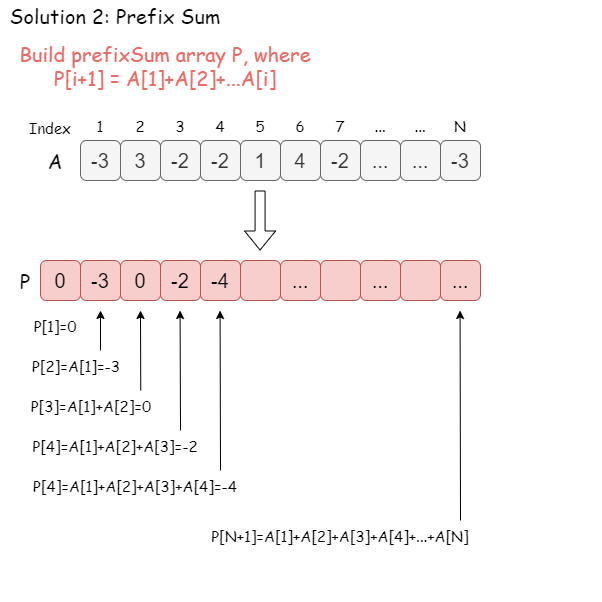
Earlier version of the draw.io export AOA_COP5615/project/pictures/aoa-Problem1_sol2_1.png (bakerston/Algorithm). Source tidied: cells renumbered, new cells last; positions are measured from the earlier drawing's top-left corner, leaving out a move shared by most shapes.
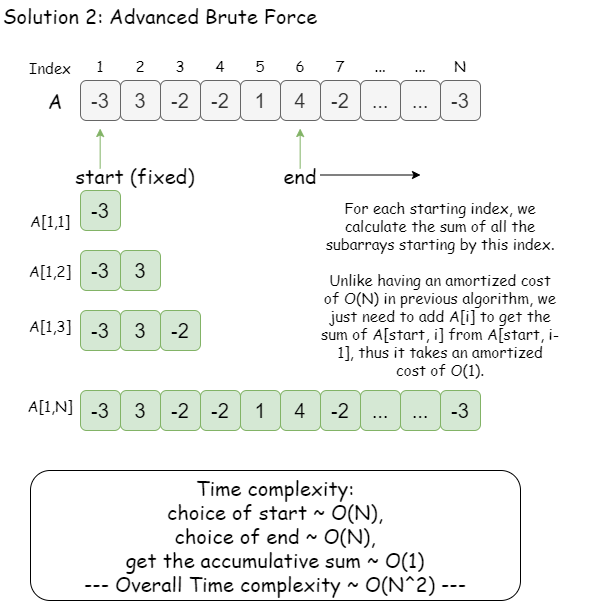
After the commit.

Diff of the diagram source:
```diff
@@ -3,56 +3,11 @@
     <mxCell id="0" />
     <mxCell id="1" parent="0" />
     <mxCell id="2" style="rounded=0;whiteSpace=wrap;html=1;fontFamily=Comic Sans MS;fontSize=15;fillColor=default;strokeColor=none;" parent="1" vertex="1">
-      <mxGeometry width="600" height="600" as="geometry" />
+      <mxGeometry y="60" width="600" height="600" as="geometry" />
     </mxCell>
-    <mxCell id="3" value="Solution 2: Prefix Sum" style="text;html=1;strokeColor=none;fillColor=none;align=center;verticalAlign=middle;whiteSpace=wrap;rounded=0;fontFamily=Comic Sans MS;fontSize=20;" parent="1" vertex="1">
-      <mxGeometry width="230" height="30" as="geometry" />
+    <mxCell id="3" value="Solution 2: Advanced Brute Force" style="text;html=1;strokeColor=none;fillColor=none;align=center;verticalAlign=middle;whiteSpace=wrap;rounded=0;fontFamily=Comic Sans MS;fontSize=20;" parent="1" vertex="1">
+      <mxGeometry y="60" width="320" height="30" as="geometry" />
     </mxCell>
-    <mxCell id="4" value="Build prefixSum array P, where P[i+1] = A[1]+A[2]+...A[i]" style="text;html=1;strokeColor=none;fillColor=none;align=center;verticalAlign=middle;whiteSpace=wrap;rounded=0;fontFamily=Comic Sans MS;fontSize=20;fontColor=#EA6B66;" parent="1" vertex="1">
-      <mxGeometry x="10" y="50" width="310" height="30" as="geometry" />
-    </mxCell>
-    <mxCell id="5" style="shape=flexArrow;endArrow=classic;html=1;rounded=0;fontFamily=Comic Sans MS;fontSize=20;fontColor=#EA6B66;" parent="1" edge="1">
-      <mxGeometry relative="1" as="geometry">
-        <mxPoint x="259.6" y="190" as="sourcePoint" />
-        <mxPoint x="259.6" y="250" as="targetPoint" />
-      </mxGeometry>
-    </mxCell>
-    <mxCell id="6" value="-3" style="rounded=1;whiteSpace=wrap;html=1;fillColor=#f8cecc;strokeColor=#b85450;fontSize=20;" parent="1" vertex="1">
-      <mxGeometry x="80" y="260" width="40" height="40" as="geometry" />
-    </mxCell>
-    <mxCell id="7" value="0" style="rounded=1;whiteSpace=wrap;html=1;fillColor=#f8cecc;strokeColor=#b85450;fontSize=20;" parent="1" vertex="1">
-      <mxGeometry x="120" y="260" width="40" height="40" as="geometry" />
-    </mxCell>
-    <mxCell id="8" value="-2" style="rounded=1;whiteSpace=wrap;html=1;fillColor=#f8cecc;strokeColor=#b85450;fontSize=20;" parent="1" vertex="1">
-      <mxGeometry x="160" y="260" width="40" height="40" as="geometry" />
-    </mxCell>
-    <mxCell id="9" value="-4" style="rounded=1;whiteSpace=wrap;html=1;fillColor=#f8cecc;strokeColor=#b85450;fontSize=20;" parent="1" vertex="1">
-      <mxGeometry x="200" y="260" width="40" height="40" as="geometry" />
-    </mxCell>
-    <mxCell id="10" style="rounded=1;whiteSpace=wrap;html=1;fillColor=#f8cecc;strokeColor=#b85450;fontSize=20;" parent="1" vertex="1">
-      <mxGeometry x="240" y="260" width="40" height="40" as="geometry" />
-    </mxCell>
-    <mxCell id="11" value="..." style="rounded=1;whiteSpace=wrap;html=1;fillColor=#f8cecc;strokeColor=#b85450;fontSize=20;" parent="1" vertex="1">
-      <mxGeometry x="280" y="260" width="40" height="40" as="geometry" />
-    </mxCell>
-    <mxCell id="12" style="rounded=1;whiteSpace=wrap;html=1;fillColor=#f8cecc;strokeColor=#b85450;fontSize=20;" parent="1" vertex="1">
-      <mxGeometry x="320" y="260" width="40" height="40" as="geometry" />
-    </mxCell>
-    <mxCell id="13" value="..." style="rounded=1;whiteSpace=wrap;html=1;fillColor=#f8cecc;strokeColor=#b85450;fontSize=20;" parent="1" vertex="1">
-      <mxGeometry x="360" y="260" width="40" height="40" as="geometry" />
-    </mxCell>
-    <mxCell id="14" value="P" style="text;html=1;strokeColor=none;fillColor=none;align=center;verticalAlign=middle;whiteSpace=wrap;rounded=0;fontFamily=Comic Sans MS;fontSize=20;" parent="1" vertex="1">
-      <mxGeometry x="10" y="265" width="30" height="30" as="geometry" />
-    </mxCell>
-    <mxCell id="15" style="rounded=1;whiteSpace=wrap;html=1;fillColor=#f8cecc;strokeColor=#b85450;fontSize=20;" parent="1" vertex="1">
-      <mxGeometry x="400" y="260" width="40" height="40" as="geometry" />
-    </mxCell>
-    <mxCell id="16" value="..." style="rounded=1;whiteSpace=wrap;html=1;fillColor=#f8cecc;strokeColor=#b85450;fontSize=20;" parent="1" vertex="1">
-      <mxGeometry x="440" y="260" width="40" height="40" as="geometry" />
-    </mxCell>
-    <mxCell id="17" value="0" style="rounded=1;whiteSpace=wrap;html=1;fillColor=#f8cecc;strokeColor=#b85450;fontSize=20;" parent="1" vertex="1">
-      <mxGeometry x="40" y="260" width="40" height="40" as="geometry" />
-    </mxCell>
     <mxCell id="18" value="-3" style="rounded=1;whiteSpace=wrap;html=1;fillColor=#f5f5f5;strokeColor=#666666;fontSize=20;fontColor=#333333;" parent="1" vertex="1">
       <mxGeometry x="80" y="140" width="40" height="40" as="geometry" />
     </mxCell>
@@ -119,53 +74,95 @@
     <mxCell id="39" value="N" style="text;html=1;strokeColor=none;fillColor=none;align=center;verticalAlign=middle;whiteSpace=wrap;rounded=0;fontFamily=Comic Sans MS;fontSize=15;fontColor=#000000;" parent="1" vertex="1">
       <mxGeometry x="450" y="110" width="20" height="30" as="geometry" />
     </mxCell>
-    <mxCell id="40" value="P[1]=0" style="text;html=1;strokeColor=none;fillColor=none;align=center;verticalAlign=middle;whiteSpace=wrap;rounded=0;fontFamily=Comic Sans MS;fontSize=15;fontColor=#000000;" parent="1" vertex="1">
-      <mxGeometry x="25" y="310" width="60" height="30" as="geometry" />
-    </mxCell>
-    <mxCell id="41" value="P[2]=A[1]=-3" style="text;html=1;strokeColor=none;fillColor=none;align=center;verticalAlign=middle;whiteSpace=wrap;rounded=0;fontFamily=Comic Sans MS;fontSize=15;fontColor=#000000;" parent="1" vertex="1">
-      <mxGeometry x="26" y="350" width="100" height="30" as="geometry" />
-    </mxCell>
-    <mxCell id="42" value="P[3]=A[1]+A[2]=0" style="text;html=1;strokeColor=none;fillColor=none;align=center;verticalAlign=middle;whiteSpace=wrap;rounded=0;fontFamily=Comic Sans MS;fontSize=15;fontColor=#000000;" parent="1" vertex="1">
-      <mxGeometry x="26" y="390" width="130" height="30" as="geometry" />
-    </mxCell>
-    <mxCell id="43" style="endArrow=classic;html=1;rounded=0;fontFamily=Comic Sans MS;fontSize=15;fontColor=#000000;" parent="1" edge="1">
-      <mxGeometry relative="1" as="geometry">
-        <mxPoint x="100" y="350" as="sourcePoint" />
-        <mxPoint x="100" y="310" as="targetPoint" />
-      </mxGeometry>
-    </mxCell>
-    <mxCell id="44" style="endArrow=classic;html=1;rounded=0;fontFamily=Comic Sans MS;fontSize=15;fontColor=#000000;" parent="1" edge="1">
-      <mxGeometry relative="1" as="geometry">
-        <mxPoint x="140.2" y="390" as="sourcePoint" />
-        <mxPoint x="140" y="310" as="targetPoint" />
-      </mxGeometry>
-    </mxCell>
-    <mxCell id="45" value="P[4]=A[1]+A[2]+A[3]=-2" style="text;html=1;strokeColor=none;fillColor=none;align=center;verticalAlign=middle;whiteSpace=wrap;rounded=0;fontFamily=Comic Sans MS;fontSize=15;fontColor=#000000;" parent="1" vertex="1">
-      <mxGeometry x="25" y="430" width="180" height="30" as="geometry" />
-    </mxCell>
-    <mxCell id="46" style="endArrow=classic;html=1;rounded=0;fontFamily=Comic Sans MS;fontSize=15;fontColor=#000000;" parent="1" edge="1">
-      <mxGeometry relative="1" as="geometry">
-        <mxPoint x="180" y="430" as="sourcePoint" />
-        <mxPoint x="179.6" y="310" as="targetPoint" />
-      </mxGeometry>
-    </mxCell>
-    <mxCell id="47" value="P[4]=A[1]+A[2]+A[3]+A[4]=-4" style="text;html=1;strokeColor=none;fillColor=none;align=center;verticalAlign=middle;whiteSpace=wrap;rounded=0;fontFamily=Comic Sans MS;fontSize=15;fontColor=#000000;" parent="1" vertex="1">
-      <mxGeometry x="30" y="470" width="210" height="30" as="geometry" />
-    </mxCell>
-    <mxCell id="48" style="endArrow=classic;html=1;rounded=0;fontFamily=Comic Sans MS;fontSize=15;fontColor=#000000;" parent="1" edge="1">
-      <mxGeometry relative="1" as="geometry">
-        <mxPoint x="220" y="470" as="sourcePoint" />
-        <mxPoint x="219.6" y="310" as="targetPoint" />
-      </mxGeometry>
-    </mxCell>
-    <mxCell id="49" style="endArrow=classic;html=1;rounded=0;fontFamily=Comic Sans MS;fontSize=15;fontColor=#000000;" parent="1" edge="1">
-      <mxGeometry relative="1" as="geometry">
-        <mxPoint x="460" y="520" as="sourcePoint" />
-        <mxPoint x="459.6" y="310" as="targetPoint" />
-      </mxGeometry>
-    </mxCell>
-    <mxCell id="50" value="P[N+1]=A[1]+A[2]+A[3]+A[4]+...+A[N]" style="text;html=1;strokeColor=none;fillColor=none;align=center;verticalAlign=middle;whiteSpace=wrap;rounded=0;fontFamily=Comic Sans MS;fontSize=15;fontColor=#000000;" parent="1" vertex="1">
-      <mxGeometry x="235" y="520" width="210" height="30" as="geometry" />
-    </mxCell>
+    <mxCell id="51" value="-3" style="rounded=1;whiteSpace=wrap;html=1;fillColor=#d5e8d4;strokeColor=#82b366;fontSize=20;" parent="1" vertex="1">
+      <mxGeometry x="80" y="250" width="40" height="40" as="geometry" />
+    </mxCell>
+    <mxCell id="52" value="-3" style="rounded=1;whiteSpace=wrap;html=1;fillColor=#d5e8d4;strokeColor=#82b366;fontSize=20;" parent="1" vertex="1">
+      <mxGeometry x="80" y="310" width="40" height="40" as="geometry" />
+    </mxCell>
+    <mxCell id="53" value="3" style="rounded=1;whiteSpace=wrap;html=1;fillColor=#d5e8d4;strokeColor=#82b366;fontSize=20;" parent="1" vertex="1">
+      <mxGeometry x="120" y="310" width="40" height="40" as="geometry" />
+    </mxCell>
+    <mxCell id="54" value="-3" style="rounded=1;whiteSpace=wrap;html=1;fillColor=#d5e8d4;strokeColor=#82b366;fontSize=20;" parent="1" vertex="1">
+      <mxGeometry x="80" y="370" width="40" height="40" as="geometry" />
+    </mxCell>
+    <mxCell id="55" value="3" style="rounded=1;whiteSpace=wrap;html=1;fillColor=#d5e8d4;strokeColor=#82b366;fontSize=20;" parent="1" vertex="1">
+      <mxGeometry x="120" y="370" width="40" height="40" as="geometry" />
+    </mxCell>
+    <mxCell id="56" value="-2" style="rounded=1;whiteSpace=wrap;html=1;fillColor=#d5e8d4;strokeColor=#82b366;fontSize=20;" parent="1" vertex="1">
+      <mxGeometry x="160" y="370" width="40" height="40" as="geometry" />
+    </mxCell>
+    <mxCell id="57" value="A[1,2]" style="text;html=1;strokeColor=none;fillColor=none;align=center;verticalAlign=middle;whiteSpace=wrap;rounded=0;fontFamily=Comic Sans MS;fontSize=15;fontColor=#000000;" parent="1" vertex="1">
+      <mxGeometry x="20" y="315" width="60" height="30" as="geometry" />
+    </mxCell>
+    <mxCell id="58" value="A[1,1]" style="text;html=1;strokeColor=none;fillColor=none;align=center;verticalAlign=middle;whiteSpace=wrap;rounded=0;fontFamily=Comic Sans MS;fontSize=15;fontColor=#000000;" parent="1" vertex="1">
+      <mxGeometry x="20" y="265" width="60" height="30" as="geometry" />
+    </mxCell>
+    <mxCell id="59" value="A[1,3]" style="text;html=1;strokeColor=none;fillColor=none;align=center;verticalAlign=middle;whiteSpace=wrap;rounded=0;fontFamily=Comic Sans MS;fontSize=15;fontColor=#000000;" parent="1" vertex="1">
+      <mxGeometry x="20" y="370" width="60" height="30" as="geometry" />
+    </mxCell>
+    <mxCell id="60" value="-3" style="rounded=1;whiteSpace=wrap;html=1;fillColor=#d5e8d4;strokeColor=#82b366;fontSize=20;" parent="1" vertex="1">
+      <mxGeometry x="80" y="450" width="40" height="40" as="geometry" />
+    </mxCell>
+    <mxCell id="61" value="3" style="rounded=1;whiteSpace=wrap;html=1;fillColor=#d5e8d4;strokeColor=#82b366;fontSize=20;" parent="1" vertex="1">
+      <mxGeometry x="120" y="450" width="40" height="40" as="geometry" />
+    </mxCell>
+    <mxCell id="62" value="-2" style="rounded=1;whiteSpace=wrap;html=1;fillColor=#d5e8d4;strokeColor=#82b366;fontSize=20;" parent="1" vertex="1">
+      <mxGeometry x="160" y="450" width="40" height="40" as="geometry" />
+    </mxCell>
+    <mxCell id="63" value="A[1,N]" style="text;html=1;strokeColor=none;fillColor=none;align=center;verticalAlign=middle;whiteSpace=wrap;rounded=0;fontFamily=Comic Sans MS;fontSize=15;fontColor=#000000;" parent="1" vertex="1">
+      <mxGeometry x="20" y="450" width="60" height="30" as="geometry" />
+    </mxCell>
+    <mxCell id="64" value="-2" style="rounded=1;whiteSpace=wrap;html=1;fillColor=#d5e8d4;strokeColor=#82b366;fontSize=20;" parent="1" vertex="1">
+      <mxGeometry x="200" y="450" width="40" height="40" as="geometry" />
+    </mxCell>
+    <mxCell id="65" value="1" style="rounded=1;whiteSpace=wrap;html=1;fillColor=#d5e8d4;strokeColor=#82b366;fontSize=20;" parent="1" vertex="1">
+      <mxGeometry x="240" y="450" width="40" height="40" as="geometry" />
+    </mxCell>
+    <mxCell id="66" value="4" style="rounded=1;whiteSpace=wrap;html=1;fontSize=20;fillColor=#d5e8d4;strokeColor=#82b366;" parent="1" vertex="1">
+      <mxGeometry x="280" y="450" width="40" height="40" as="geometry" />
+    </mxCell>
+    <mxCell id="67" value="-2" style="rounded=1;whiteSpace=wrap;html=1;fontSize=20;fillColor=#d5e8d4;strokeColor=#82b366;" parent="1" vertex="1">
+      <mxGeometry x="320" y="450" width="40" height="40" as="geometry" />
+    </mxCell>
+    <mxCell id="68" value="..." style="rounded=1;whiteSpace=wrap;html=1;fillColor=#d5e8d4;strokeColor=#82b366;fontSize=20;" parent="1" vertex="1">
+      <mxGeometry x="360" y="450" width="40" height="40" as="geometry" />
+    </mxCell>
+    <mxCell id="69" value="..." style="rounded=1;whiteSpace=wrap;html=1;fillColor=#d5e8d4;strokeColor=#82b366;fontSize=20;" parent="1" vertex="1">
+      <mxGeometry x="400" y="450" width="40" height="40" as="geometry" />
+    </mxCell>
+    <mxCell id="70" value="-3" style="rounded=1;whiteSpace=wrap;html=1;fillColor=#d5e8d4;strokeColor=#82b366;fontSize=20;" parent="1" vertex="1">
+      <mxGeometry x="440" y="450" width="40" height="40" as="geometry" />
+    </mxCell>
+    <mxCell id="71" value="For each starting index, we calculate the sum of all the subarrays starting by this index.&lt;br&gt;&lt;br&gt;Unlike having an amortized cost of O(N) in previous algorithm, we just need to add A[i] to get the sum of A[start, i] from A[start, i-1], thus it takes an amortized cost of O(1)." style="text;html=1;strokeColor=none;fillColor=none;align=center;verticalAlign=middle;whiteSpace=wrap;rounded=0;fontFamily=Comic Sans MS;fontSize=15;fontColor=#000000;" parent="1" vertex="1">
+      <mxGeometry x="320" y="295" width="240" height="105" as="geometry" />
+    </mxCell>
+    <mxCell id="72" value="Time complexity:&lt;br&gt;choice of start ~ O(N),&lt;br&gt;choice of end ~ O(N),&lt;br&gt;get the accumulative sum ~ O(1)&lt;br&gt;--- Overall Time complexity ~ O(N^2) ---" style="rounded=1;whiteSpace=wrap;html=1;fontFamily=Comic Sans MS;fontSize=20;fillColor=none;" parent="1" vertex="1">
+      <mxGeometry x="30" y="530" width="490" height="130" as="geometry" />
+    </mxCell>
+    <mxCell id="73" style="endArrow=classic;html=1;rounded=0;fontFamily=Comic Sans MS;fontSize=20;fillColor=#d5e8d4;strokeColor=#82b366;" parent="1" edge="1">
+      <mxGeometry relative="1" as="geometry">
+        <mxPoint x="99.7" y="228" as="sourcePoint" />
+        <mxPoint x="99.7" y="188" as="targetPoint" />
+      </mxGeometry>
+    </mxCell>
+    <mxCell id="74" style="endArrow=classic;html=1;rounded=0;fontFamily=Comic Sans MS;fontSize=20;fillColor=#d5e8d4;strokeColor=#82b366;" parent="1" edge="1">
+      <mxGeometry relative="1" as="geometry">
+        <mxPoint x="299.7" y="228" as="sourcePoint" />
+        <mxPoint x="299.7" y="188" as="targetPoint" />
+      </mxGeometry>
+    </mxCell>
+    <mxCell id="75" value="start (fixed)" style="text;html=1;strokeColor=none;fillColor=none;align=center;verticalAlign=middle;whiteSpace=wrap;rounded=0;fontFamily=Comic Sans MS;fontSize=20;" parent="1" vertex="1">
+      <mxGeometry x="70" y="220" width="130" height="30" as="geometry" />
+    </mxCell>
+    <mxCell id="76" value="end" style="text;html=1;strokeColor=none;fillColor=none;align=center;verticalAlign=middle;whiteSpace=wrap;rounded=0;fontFamily=Comic Sans MS;fontSize=20;" parent="1" vertex="1">
+      <mxGeometry x="270" y="220" width="60" height="30" as="geometry" />
+    </mxCell>
+    <mxCell id="77" style="endArrow=classic;html=1;rounded=0;fontFamily=Comic Sans MS;fontSize=15;fontColor=#000000;" parent="1" edge="1">
+      <mxGeometry relative="1" as="geometry">
+        <mxPoint x="320" y="234.5" as="sourcePoint" />
+        <mxPoint x="420" y="234.5" as="targetPoint" />
+      </mxGeometry>
+    </mxCell>
   </root>
 </mxGraphModel>
```
